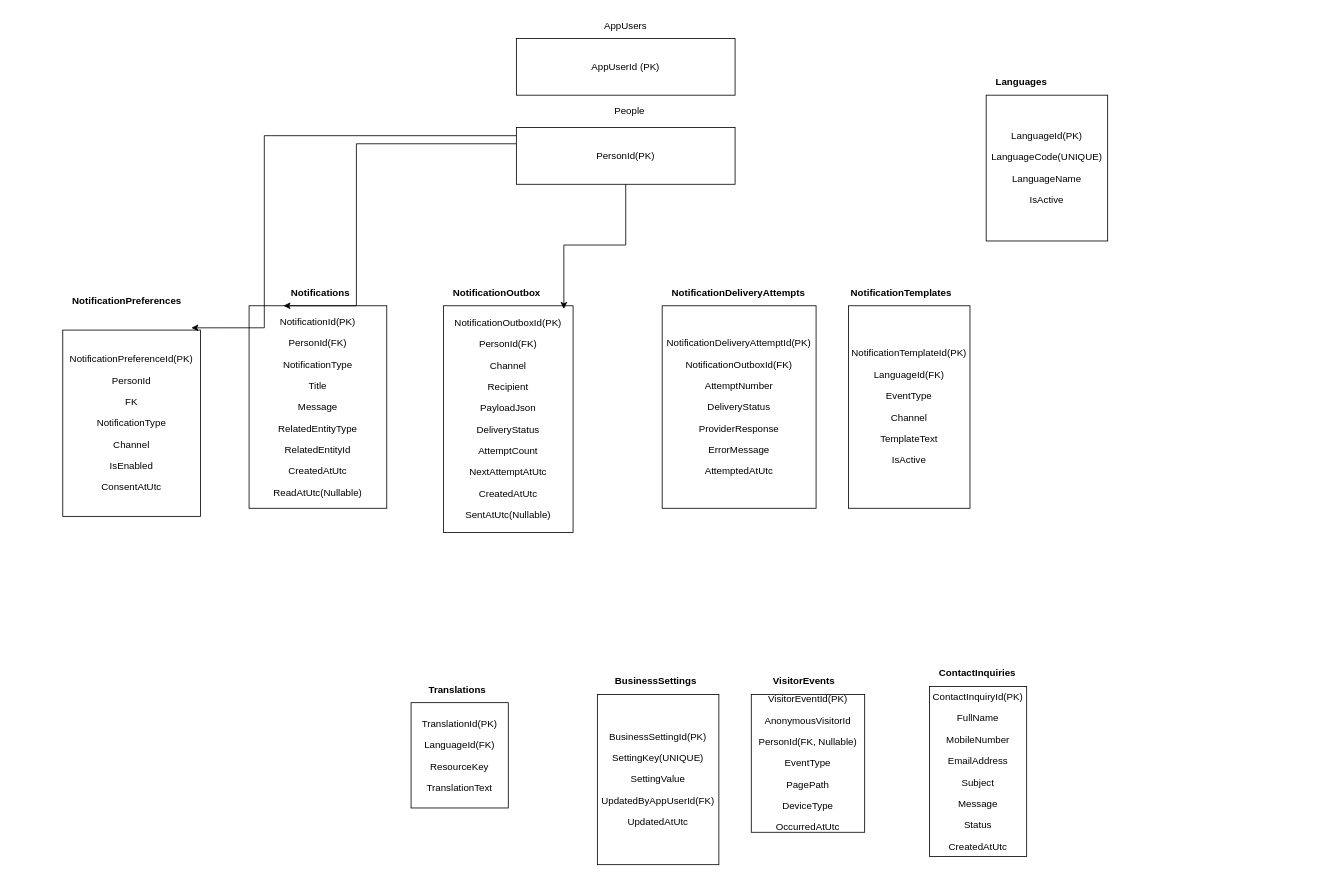
Before: page "Notifications, Languages and Website" (6 of 7) of ERDiagram_DairyFarm.drawio in AbhijitRahane11/DairyFarm, a draw.io diagram. Source tidied: cells renumbered, new cells numbered last; positions are measured from the earlier drawing's top-left corner, leaving out a move shared by most shapes. Both pictures are drawn from the tidied source at 81%, with x=0, y=0 at pixel (62, 14).
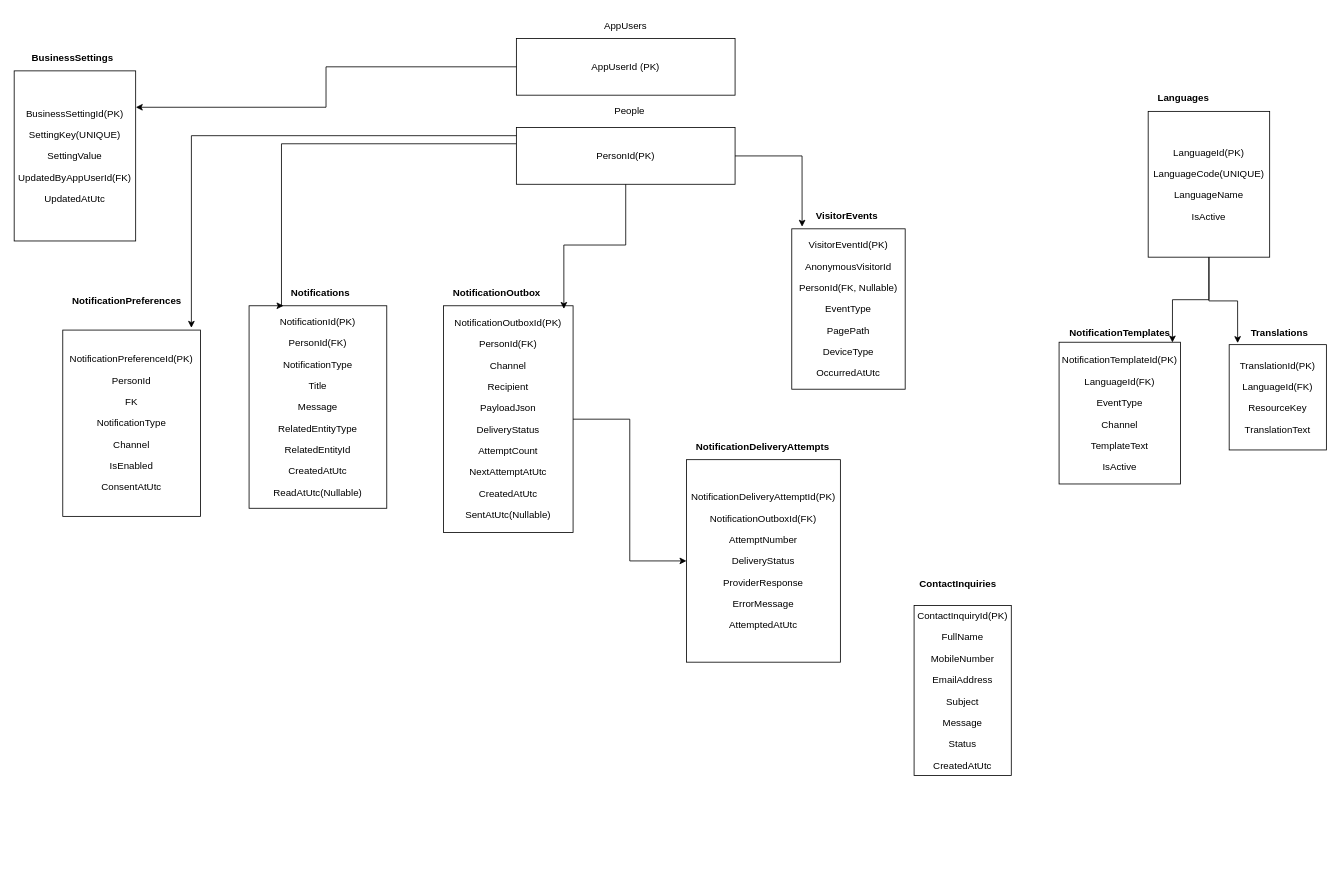
The same page after the edit.

Unchanged cells that the change refers to:
```xml
<mxCell id="3" value="&lt;br&gt;&lt;p&gt;NotificationPreferenceId(&lt;span style=&quot;background-color: transparent; color: light-dark(#000000, var(--ge-light-color, #ffffff));&quot;&gt;PK)&lt;/span&gt;&lt;/p&gt;&lt;p&gt;PersonId&lt;/p&gt;&lt;p&gt;FK&lt;/p&gt;&lt;p&gt;NotificationType&lt;/p&gt;&lt;p&gt;Channel&lt;/p&gt;&lt;p&gt;IsEnabled&lt;/p&gt;&lt;p&gt;ConsentAtUtc&lt;/p&gt;&lt;div&gt;&lt;br/&gt;&lt;/div&gt;" style="rounded=0;whiteSpace=wrap;html=1;" parent="1" vertex="1">
  <mxGeometry y="390" width="170" height="230" as="geometry" />
</mxCell>
<mxCell id="5" value="&lt;br&gt;&lt;p&gt;NotificationId(&lt;span style=&quot;background-color: transparent; color: light-dark(#000000, var(--ge-light-color, #ffffff));&quot;&gt;PK)&lt;/span&gt;&lt;/p&gt;&lt;p&gt;PersonId(&lt;span style=&quot;background-color: transparent; color: light-dark(#000000, var(--ge-light-color, #ffffff));&quot;&gt;FK)&lt;/span&gt;&lt;/p&gt;&lt;p&gt;NotificationType&lt;/p&gt;&lt;p&gt;Title&lt;/p&gt;&lt;p&gt;Message&lt;/p&gt;&lt;p&gt;RelatedEntityType&lt;/p&gt;&lt;p&gt;RelatedEntityId&lt;/p&gt;&lt;p&gt;CreatedAtUtc&lt;/p&gt;&lt;p&gt;ReadAtUtc(&lt;span style=&quot;background-color: transparent; color: light-dark(#000000, var(--ge-light-color, #ffffff));&quot;&gt;Nullable)&lt;/span&gt;&lt;/p&gt;&lt;div&gt;&lt;br/&gt;&lt;/div&gt;" style="rounded=0;whiteSpace=wrap;html=1;" parent="1" vertex="1">
  <mxGeometry x="230" y="360" width="170" height="250" as="geometry" />
</mxCell>
<mxCell id="7" value="&lt;br&gt;&lt;p&gt;NotificationOutboxId(&lt;span style=&quot;background-color: transparent; color: light-dark(#000000, var(--ge-light-color, #ffffff));&quot;&gt;PK)&lt;/span&gt;&lt;/p&gt;&lt;p&gt;PersonId(&lt;span style=&quot;background-color: transparent; color: light-dark(#000000, var(--ge-light-color, #ffffff));&quot;&gt;FK)&lt;/span&gt;&lt;/p&gt;&lt;p&gt;Channel&lt;/p&gt;&lt;p&gt;Recipient&lt;/p&gt;&lt;p&gt;PayloadJson&lt;/p&gt;&lt;p&gt;DeliveryStatus&lt;/p&gt;&lt;p&gt;AttemptCount&lt;/p&gt;&lt;p&gt;NextAttemptAtUtc&lt;/p&gt;&lt;p&gt;CreatedAtUtc&lt;/p&gt;&lt;p&gt;SentAtUtc(&lt;span style=&quot;background-color: transparent; color: light-dark(#000000, var(--ge-light-color, #ffffff));&quot;&gt;Nullable)&lt;/span&gt;&lt;/p&gt;&lt;div&gt;&lt;br/&gt;&lt;/div&gt;" style="rounded=0;whiteSpace=wrap;html=1;" parent="1" vertex="1">
  <mxGeometry x="470" y="360" width="160" height="280" as="geometry" />
</mxCell>
<mxCell id="22" value="AppUserId (PK)" style="rounded=0;whiteSpace=wrap;html=1;" parent="1" vertex="1">
  <mxGeometry x="560" y="30" width="270" height="70" as="geometry" />
</mxCell>
<mxCell id="25" value="PersonId(PK)" style="rounded=0;whiteSpace=wrap;html=1;" parent="1" vertex="1">
  <mxGeometry x="560" y="140" width="270" height="70" as="geometry" />
</mxCell>
```

Diff of the diagram source:
```diff
@@
     <mxCell id="8" value="&lt;strong&gt;NotificationDeliveryAttempts&lt;/strong&gt;" style="text;whiteSpace=wrap;html=1;" parent="1" vertex="1">
-      <mxGeometry x="750" y="330" width="200" height="40" as="geometry" />
+      <mxGeometry x="780" y="520" width="200" height="40" as="geometry" />
     </mxCell>
     <mxCell id="9" value="&lt;br&gt;&lt;p&gt;NotificationDeliveryAttemptId(&lt;span style=&quot;background-color: transparent; color: light-dark(#000000, var(--ge-light-color, #ffffff));&quot;&gt;PK)&lt;/span&gt;&lt;/p&gt;&lt;p&gt;NotificationOutboxId(&lt;span style=&quot;background-color: transparent; color: light-dark(#000000, var(--ge-light-color, #ffffff));&quot;&gt;FK)&lt;/span&gt;&lt;/p&gt;&lt;p&gt;AttemptNumber&lt;/p&gt;&lt;p&gt;DeliveryStatus&lt;/p&gt;&lt;p&gt;ProviderResponse&lt;/p&gt;&lt;p&gt;ErrorMessage&lt;/p&gt;&lt;p&gt;AttemptedAtUtc&lt;/p&gt;&lt;div&gt;&lt;br/&gt;&lt;/div&gt;" style="rounded=0;whiteSpace=wrap;html=1;" parent="1" vertex="1">
-      <mxGeometry x="740" y="360" width="190" height="250" as="geometry" />
+      <mxGeometry x="770" y="550" width="190" height="250" as="geometry" />
     </mxCell>
     <mxCell id="10" value="&lt;strong&gt;NotificationTemplates&lt;/strong&gt;" style="text;whiteSpace=wrap;html=1;" parent="1" vertex="1">
-      <mxGeometry x="971" y="330" width="160" height="40" as="geometry" />
+      <mxGeometry x="1241" y="380" width="160" height="40" as="geometry" />
     </mxCell>
     <mxCell id="11" value="&lt;br&gt;&lt;p&gt;NotificationTemplateId(&lt;span style=&quot;background-color: transparent; color: light-dark(#000000, var(--ge-light-color, #ffffff));&quot;&gt;PK)&lt;/span&gt;&lt;/p&gt;&lt;p&gt;LanguageId(&lt;span style=&quot;background-color: transparent; color: light-dark(#000000, var(--ge-light-color, #ffffff));&quot;&gt;FK)&lt;/span&gt;&lt;/p&gt;&lt;p&gt;EventType&lt;/p&gt;&lt;p&gt;Channel&lt;/p&gt;&lt;p&gt;TemplateText&lt;/p&gt;&lt;p&gt;IsActive&lt;/p&gt;&lt;div&gt;&lt;br/&gt;&lt;/div&gt;" style="rounded=0;whiteSpace=wrap;html=1;" parent="1" vertex="1">
-      <mxGeometry x="970" y="360" width="150" height="250" as="geometry" />
+      <mxGeometry x="1230" y="405" width="150" height="175" as="geometry" />
     </mxCell>
     <mxCell id="12" value="&lt;strong&gt;Languages&lt;/strong&gt;" style="text;whiteSpace=wrap;html=1;" parent="1" vertex="1">
-      <mxGeometry x="1150" y="70" width="100" height="40" as="geometry" />
+      <mxGeometry x="1350" y="90" width="100" height="40" as="geometry" />
     </mxCell>
     <mxCell id="13" value="&lt;br&gt;&lt;p&gt;LanguageId(&lt;span style=&quot;background-color: transparent; color: light-dark(#000000, var(--ge-light-color, #ffffff));&quot;&gt;PK)&lt;/span&gt;&lt;/p&gt;&lt;p&gt;LanguageCode(&lt;span style=&quot;background-color: transparent; color: light-dark(#000000, var(--ge-light-color, #ffffff));&quot;&gt;UNIQUE)&lt;/span&gt;&lt;/p&gt;&lt;p&gt;LanguageName&lt;/p&gt;&lt;p&gt;IsActive&lt;/p&gt;&lt;div&gt;&lt;br/&gt;&lt;/div&gt;" style="rounded=0;whiteSpace=wrap;html=1;" parent="1" vertex="1">
-      <mxGeometry x="1140" y="100" width="150" height="180" as="geometry" />
+      <mxGeometry x="1340" y="120" width="150" height="180" as="geometry" />
     </mxCell>
     <mxCell id="14" value="&lt;strong&gt;Translations&lt;/strong&gt;" style="text;whiteSpace=wrap;html=1;" parent="1" vertex="1">
-      <mxGeometry x="450" y="820" width="100" height="40" as="geometry" />
+      <mxGeometry x="1465" y="380" width="70" height="25" as="geometry" />
     </mxCell>
     <mxCell id="15" value="&lt;strong&gt;BusinessSettings&lt;/strong&gt;" style="text;whiteSpace=wrap;html=1;" parent="1" vertex="1">
-      <mxGeometry x="680" y="810" width="130" height="40" as="geometry" />
+      <mxGeometry x="-40" y="40" width="130" height="40" as="geometry" />
     </mxCell>
     <mxCell id="16" value="&lt;strong&gt;VisitorEvents&lt;/strong&gt;" style="text;whiteSpace=wrap;html=1;" parent="1" vertex="1">
-      <mxGeometry x="875" y="810" width="110" height="40" as="geometry" />
+      <mxGeometry x="927.5" y="235" width="85" height="30" as="geometry" />
     </mxCell>
     <mxCell id="17" value="&lt;strong&gt;ContactInquiries&lt;/strong&gt;" style="text;whiteSpace=wrap;html=1;" parent="1" vertex="1">
-      <mxGeometry x="1080" y="800" width="130" height="40" as="geometry" />
+      <mxGeometry x="1056" y="690" width="110" height="25" as="geometry" />
     </mxCell>
     <mxCell id="18" value="&lt;br&gt;&lt;p&gt;TranslationId(&lt;span style=&quot;background-color: transparent; color: light-dark(#000000, var(--ge-light-color, #ffffff));&quot;&gt;PK)&lt;/span&gt;&lt;/p&gt;&lt;p&gt;LanguageId(&lt;span style=&quot;background-color: transparent; color: light-dark(#000000, var(--ge-light-color, #ffffff));&quot;&gt;FK)&lt;/span&gt;&lt;/p&gt;&lt;p&gt;ResourceKey&lt;/p&gt;&lt;p&gt;TranslationText&lt;/p&gt;&lt;div&gt;&lt;br/&gt;&lt;/div&gt;" style="rounded=0;whiteSpace=wrap;html=1;" parent="1" vertex="1">
-      <mxGeometry x="430" y="850" width="120" height="130" as="geometry" />
+      <mxGeometry x="1440" y="408" width="120" height="130" as="geometry" />
     </mxCell>
     <mxCell id="19" value="&lt;br&gt;&lt;p&gt;BusinessSettingId(&lt;span style=&quot;background-color: transparent; color: light-dark(#000000, var(--ge-light-color, #ffffff));&quot;&gt;PK)&lt;/span&gt;&lt;/p&gt;&lt;p&gt;SettingKey(&lt;span style=&quot;background-color: transparent; color: light-dark(#000000, var(--ge-light-color, #ffffff));&quot;&gt;UNIQUE)&lt;/span&gt;&lt;/p&gt;&lt;p&gt;SettingValue&lt;/p&gt;&lt;p&gt;UpdatedByAppUserId(&lt;span style=&quot;background-color: transparent; color: light-dark(#000000, var(--ge-light-color, #ffffff));&quot;&gt;FK)&lt;/span&gt;&lt;/p&gt;&lt;p&gt;UpdatedAtUtc&lt;/p&gt;&lt;div&gt;&lt;br/&gt;&lt;/div&gt;" style="rounded=0;whiteSpace=wrap;html=1;" parent="1" vertex="1">
-      <mxGeometry x="660" y="840" width="150" height="210" as="geometry" />
+      <mxGeometry x="-60" y="70" width="150" height="210" as="geometry" />
     </mxCell>
     <mxCell id="20" value="&lt;br&gt;&lt;p&gt;VisitorEventId(&lt;span style=&quot;background-color: transparent; color: light-dark(#000000, var(--ge-light-color, #ffffff));&quot;&gt;PK)&lt;/span&gt;&lt;/p&gt;&lt;p&gt;AnonymousVisitorId&lt;/p&gt;&lt;p&gt;PersonId(&lt;span style=&quot;background-color: transparent; color: light-dark(#000000, var(--ge-light-color, #ffffff));&quot;&gt;FK, Nullable)&lt;/span&gt;&lt;/p&gt;&lt;p&gt;EventType&lt;/p&gt;&lt;p&gt;PagePath&lt;/p&gt;&lt;p&gt;DeviceType&lt;/p&gt;&lt;p&gt;OccurredAtUtc&lt;/p&gt;&lt;div&gt;&lt;br/&gt;&lt;/div&gt;" style="rounded=0;whiteSpace=wrap;html=1;" parent="1" vertex="1">
-      <mxGeometry x="850" y="840" width="140" height="170" as="geometry" />
+      <mxGeometry x="900" y="265" width="140" height="198" as="geometry" />
     </mxCell>
     <mxCell id="21" value="&lt;br&gt;&lt;p&gt;ContactInquiryId(&lt;span style=&quot;background-color: transparent; color: light-dark(#000000, var(--ge-light-color, #ffffff));&quot;&gt;PK)&lt;/span&gt;&lt;/p&gt;&lt;p&gt;FullName&lt;/p&gt;&lt;p&gt;MobileNumber&lt;/p&gt;&lt;p&gt;EmailAddress&lt;/p&gt;&lt;p&gt;Subject&lt;/p&gt;&lt;p&gt;Message&lt;/p&gt;&lt;p&gt;Status&lt;/p&gt;&lt;p&gt;CreatedAtUtc&lt;/p&gt;&lt;div&gt;&lt;br/&gt;&lt;/div&gt;" style="rounded=0;whiteSpace=wrap;html=1;" parent="1" vertex="1">
-      <mxGeometry x="1070" y="830" width="120" height="210" as="geometry" />
+      <mxGeometry x="1051" y="730" width="120" height="210" as="geometry" />
     </mxCell>
@@
     <mxCell id="24" style="edgeStyle=orthogonalEdgeStyle;rounded=0;jettySize=auto;html=1;entryX=0.25;entryY=0;entryDx=0;entryDy=0;defaultLabelBackgroundColor=page;labelPadding=0 4;" parent="1" edge="1" source="25" target="5">
       <mxGeometry relative="1" as="geometry">
         <Array as="points">
-          <mxPoint x="362.5" y="160" />
+          <mxPoint x="270" y="160" />
+          <mxPoint x="270" y="360" />
         </Array>
       </mxGeometry>
     </mxCell>
@@
     <mxCell id="27" style="edgeStyle=orthogonalEdgeStyle;rounded=0;jettySize=auto;html=1;entryX=0.934;entryY=-0.012;entryDx=0;entryDy=0;entryPerimeter=0;defaultLabelBackgroundColor=page;labelPadding=0 4;" parent="1" edge="1" source="25" target="3">
       <mxGeometry relative="1" as="geometry">
         <Array as="points">
-          <mxPoint x="248.8" y="150" />
+          <mxPoint x="158.8" y="150" />
         </Array>
       </mxGeometry>
     </mxCell>
@@
+    <mxCell id="29" style="edgeStyle=orthogonalEdgeStyle;rounded=0;jettySize=auto;html=1;defaultLabelBackgroundColor=page;labelPadding=0 4;" parent="1" edge="1" source="7" target="9">
+      <mxGeometry relative="1" as="geometry" />
+    </mxCell>
+    <mxCell id="30" style="edgeStyle=orthogonalEdgeStyle;rounded=0;jettySize=auto;html=1;entryX=0.933;entryY=0.002;entryDx=0;entryDy=0;entryPerimeter=0;defaultLabelBackgroundColor=page;labelPadding=0 4;" parent="1" edge="1" source="13" target="11">
+      <mxGeometry relative="1" as="geometry" />
+    </mxCell>
+    <mxCell id="31" style="edgeStyle=orthogonalEdgeStyle;rounded=0;jettySize=auto;html=1;entryX=1.001;entryY=0.214;entryDx=0;entryDy=0;entryPerimeter=0;defaultLabelBackgroundColor=page;labelPadding=0 4;" parent="1" edge="1" source="22" target="19">
+      <mxGeometry relative="1" as="geometry" />
+    </mxCell>
+    <mxCell id="32" style="edgeStyle=orthogonalEdgeStyle;rounded=0;jettySize=auto;html=1;entryX=0.091;entryY=-0.013;entryDx=0;entryDy=0;entryPerimeter=0;defaultLabelBackgroundColor=page;labelPadding=0 4;" parent="1" edge="1" source="25" target="20">
+      <mxGeometry relative="1" as="geometry" />
+    </mxCell>
+    <mxCell id="33" style="edgeStyle=orthogonalEdgeStyle;rounded=0;jettySize=auto;html=1;entryX=0.087;entryY=-0.015;entryDx=0;entryDy=0;entryPerimeter=0;defaultLabelBackgroundColor=page;labelPadding=0 4;" parent="1" edge="1" source="13" target="18">
+      <mxGeometry relative="1" as="geometry" />
+    </mxCell>
```
